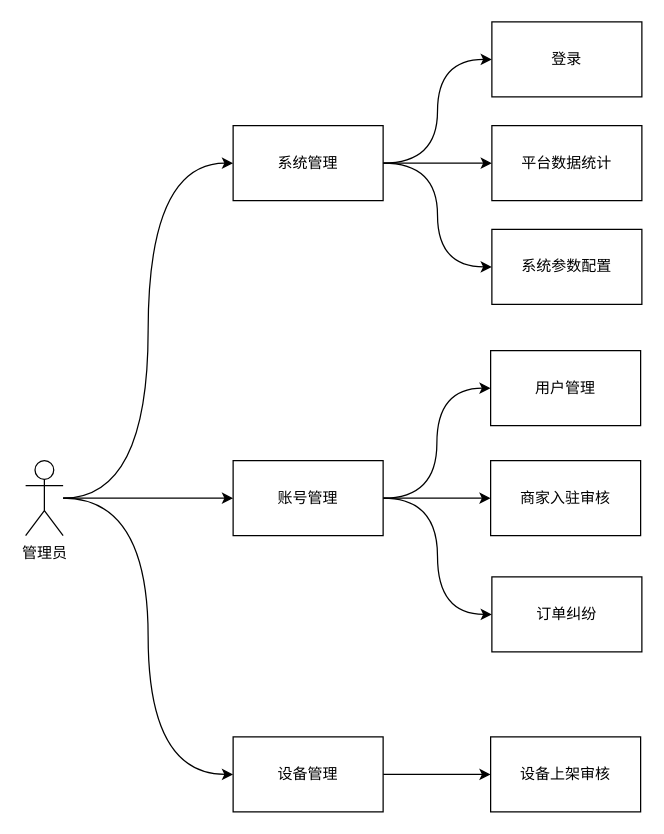
The draw.io diagram page "管理员用例图" (3 of 21) of image/绘图.drawio in fore4years/KorisPlatForm, before the edit. Source tidied: cells renumbered, new cells numbered last; positions are measured from the earlier drawing's top-left corner, leaving out a move shared by most shapes. Both pictures are drawn from the tidied source at 125%, with x=0, y=0 at pixel (25, 21).
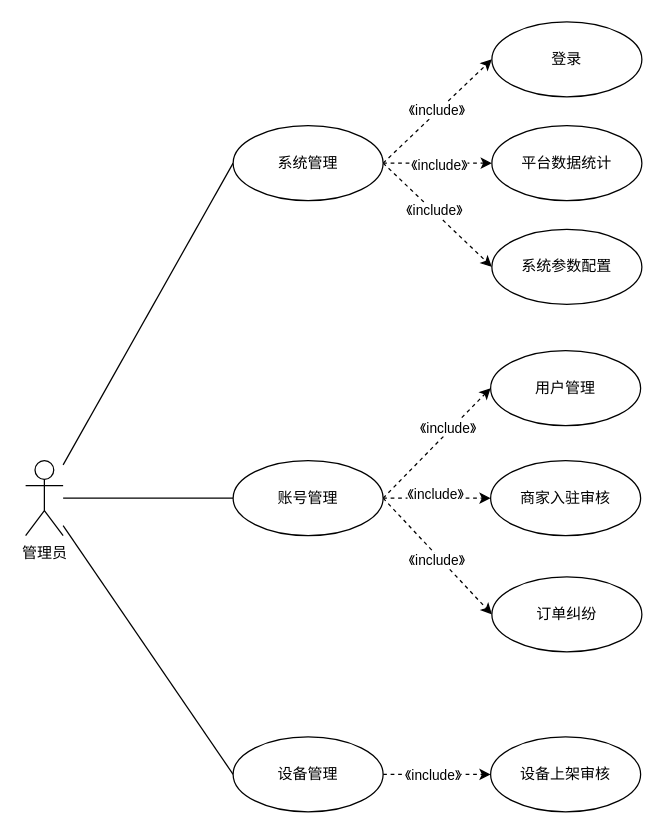
The same diagram, later.

Unchanged cells that the change refers to:
```xml
<mxCell id="5" value="管理员" style="shape=umlActor;verticalLabelPosition=bottom;verticalAlign=top;html=1;outlineConnect=0;rounded=1;" parent="1" vertex="1">
  <mxGeometry y="351" width="30" height="60" as="geometry" />
</mxCell>
```

What changed in the source:
```diff
@@
-    <mxCell id="2" style="edgeStyle=orthogonalEdgeStyle;rounded=1;jettySize=auto;html=1;entryX=0;entryY=0.5;entryDx=0;entryDy=0;curved=1;" parent="1" edge="1" source="5" target="9">
+    <mxCell id="2" style="rounded=1;jettySize=auto;html=1;entryX=0;entryY=0.5;entryDx=0;entryDy=0;endArrow=none;endFill=0;" parent="1" edge="1" source="5" target="9">
       <mxGeometry relative="1" as="geometry" />
     </mxCell>
-    <mxCell id="3" style="edgeStyle=orthogonalEdgeStyle;rounded=1;jettySize=auto;html=1;entryX=0;entryY=0.5;entryDx=0;entryDy=0;curved=1;" parent="1" edge="1" source="5" target="13">
+    <mxCell id="3" style="rounded=1;jettySize=auto;html=1;entryX=0;entryY=0.5;entryDx=0;entryDy=0;endArrow=none;endFill=0;" parent="1" edge="1" source="5" target="13">
       <mxGeometry relative="1" as="geometry" />
     </mxCell>
-    <mxCell id="4" style="edgeStyle=orthogonalEdgeStyle;rounded=1;jettySize=auto;html=1;entryX=0;entryY=0.5;entryDx=0;entryDy=0;curved=1;" parent="1" edge="1" source="5" target="17">
+    <mxCell id="4" style="rounded=1;jettySize=auto;html=1;entryX=0;entryY=0.5;entryDx=0;entryDy=0;endArrow=none;endFill=0;" parent="1" edge="1" source="5" target="17">
       <mxGeometry relative="1" as="geometry" />
     </mxCell>
@@
-    <mxCell id="6" style="edgeStyle=orthogonalEdgeStyle;rounded=1;jettySize=auto;html=1;entryX=0;entryY=0.5;entryDx=0;entryDy=0;curved=1;" parent="1" edge="1" source="9" target="19">
+    <mxCell id="6" style="rounded=1;jettySize=auto;html=1;entryX=0;entryY=0.5;entryDx=0;entryDy=0;dashed=1;exitX=1;exitY=0.5;exitDx=0;exitDy=0;" parent="1" edge="1" source="9" target="19">
       <mxGeometry relative="1" as="geometry" />
     </mxCell>
+    <mxCell id="23" value="《include》" style="edgeLabel;html=1;align=center;verticalAlign=middle;" parent="6" vertex="1">
+      <mxGeometry y="2" relative="1" as="geometry" />
+    </mxCell>
-    <mxCell id="7" style="edgeStyle=orthogonalEdgeStyle;rounded=1;jettySize=auto;html=1;entryX=0;entryY=0.5;entryDx=0;entryDy=0;" parent="1" edge="1" source="9" target="20">
+    <mxCell id="7" style="rounded=1;jettySize=auto;html=1;entryX=0;entryY=0.5;entryDx=0;entryDy=0;dashed=1;" parent="1" edge="1" source="9" target="20">
       <mxGeometry relative="1" as="geometry" />
     </mxCell>
+    <mxCell id="24" value="《include》" style="edgeLabel;html=1;align=center;verticalAlign=middle;" parent="7" vertex="1">
+      <mxGeometry x="0.01" y="-1" relative="1" as="geometry" />
+    </mxCell>
-    <mxCell id="8" style="edgeStyle=orthogonalEdgeStyle;rounded=1;jettySize=auto;html=1;entryX=0;entryY=0.5;entryDx=0;entryDy=0;curved=1;" parent="1" edge="1" source="9" target="21">
+    <mxCell id="8" style="rounded=1;jettySize=auto;html=1;entryX=0;entryY=0.5;entryDx=0;entryDy=0;dashed=1;exitX=1;exitY=0.5;exitDx=0;exitDy=0;" parent="1" edge="1" source="9" target="21">
       <mxGeometry relative="1" as="geometry" />
     </mxCell>
+    <mxCell id="25" value="《include》" style="edgeLabel;html=1;align=center;verticalAlign=middle;" parent="8" vertex="1">
+      <mxGeometry x="-0.09" y="1" relative="1" as="geometry" />
+    </mxCell>
-    <mxCell id="9" value="系统管理" style="rounded=0;whiteSpace=wrap;html=1;" parent="1" vertex="1">
+    <mxCell id="9" value="系统管理" style="ellipse;whiteSpace=wrap;html=1;" parent="1" vertex="1">
       <mxGeometry x="166" y="83" width="120" height="60" as="geometry" />
     </mxCell>
-    <mxCell id="10" style="edgeStyle=orthogonalEdgeStyle;rounded=1;jettySize=auto;html=1;entryX=0;entryY=0.5;entryDx=0;entryDy=0;curved=1;" parent="1" edge="1" source="13" target="14">
+    <mxCell id="10" style="rounded=1;jettySize=auto;html=1;entryX=0;entryY=0.5;entryDx=0;entryDy=0;dashed=1;exitX=1;exitY=0.5;exitDx=0;exitDy=0;" parent="1" edge="1" source="13" target="14">
       <mxGeometry relative="1" as="geometry" />
     </mxCell>
+    <mxCell id="26" value="《include》" style="edgeLabel;html=1;align=center;verticalAlign=middle;" parent="10" vertex="1">
+      <mxGeometry x="0.23" y="2" relative="1" as="geometry">
+        <mxPoint y="-1" as="offset" />
+      </mxGeometry>
+    </mxCell>
-    <mxCell id="11" style="edgeStyle=orthogonalEdgeStyle;rounded=1;jettySize=auto;html=1;entryX=0;entryY=0.5;entryDx=0;entryDy=0;" parent="1" edge="1" source="13" target="15">
+    <mxCell id="11" style="rounded=1;jettySize=auto;html=1;entryX=0;entryY=0.5;entryDx=0;entryDy=0;dashed=1;" parent="1" edge="1" source="13" target="15">
       <mxGeometry relative="1" as="geometry" />
     </mxCell>
+    <mxCell id="27" value="《include》" style="edgeLabel;html=1;align=center;verticalAlign=middle;" parent="11" vertex="1">
+      <mxGeometry x="-0.05" y="4" relative="1" as="geometry" />
+    </mxCell>
-    <mxCell id="12" style="edgeStyle=orthogonalEdgeStyle;rounded=1;jettySize=auto;html=1;entryX=0;entryY=0.5;entryDx=0;entryDy=0;curved=1;" parent="1" edge="1" source="13" target="22">
+    <mxCell id="12" style="rounded=1;jettySize=auto;html=1;entryX=0;entryY=0.5;entryDx=0;entryDy=0;dashed=1;exitX=1;exitY=0.5;exitDx=0;exitDy=0;" parent="1" edge="1" source="13" target="22">
       <mxGeometry relative="1" as="geometry" />
     </mxCell>
+    <mxCell id="28" value="《include》" style="edgeLabel;html=1;align=center;verticalAlign=middle;" parent="12" vertex="1">
+      <mxGeometry x="0.02" y="-3" relative="1" as="geometry" />
+    </mxCell>
-    <mxCell id="13" value="账号管理" style="rounded=0;whiteSpace=wrap;html=1;" parent="1" vertex="1">
+    <mxCell id="13" value="账号管理" style="ellipse;whiteSpace=wrap;html=1;" parent="1" vertex="1">
       <mxGeometry x="166" y="351" width="120" height="60" as="geometry" />
     </mxCell>
-    <mxCell id="14" value="用户管理" style="rounded=0;whiteSpace=wrap;html=1;" parent="1" vertex="1">
+    <mxCell id="14" value="用户管理" style="ellipse;whiteSpace=wrap;html=1;" parent="1" vertex="1">
       <mxGeometry x="372" y="263" width="120" height="60" as="geometry" />
     </mxCell>
-    <mxCell id="15" value="商家入驻审核" style="rounded=0;whiteSpace=wrap;html=1;" parent="1" vertex="1">
+    <mxCell id="15" value="商家入驻审核" style="ellipse;whiteSpace=wrap;html=1;" parent="1" vertex="1">
       <mxGeometry x="372" y="351" width="120" height="60" as="geometry" />
     </mxCell>
-    <mxCell id="16" style="edgeStyle=orthogonalEdgeStyle;rounded=1;jettySize=auto;html=1;entryX=0;entryY=0.5;entryDx=0;entryDy=0;" parent="1" edge="1" source="17" target="18">
+    <mxCell id="16" style="rounded=1;jettySize=auto;html=1;entryX=0;entryY=0.5;entryDx=0;entryDy=0;dashed=1;" parent="1" edge="1" source="17" target="18">
       <mxGeometry relative="1" as="geometry" />
     </mxCell>
+    <mxCell id="29" value="《include》" style="edgeLabel;html=1;align=center;verticalAlign=middle;" parent="16" vertex="1">
+      <mxGeometry x="-0.09" relative="1" as="geometry" />
+    </mxCell>
-    <mxCell id="17" value="设备管理" style="rounded=0;whiteSpace=wrap;html=1;" parent="1" vertex="1">
+    <mxCell id="17" value="设备管理" style="ellipse;whiteSpace=wrap;html=1;" parent="1" vertex="1">
       <mxGeometry x="166" y="572" width="120" height="60" as="geometry" />
     </mxCell>
-    <mxCell id="18" value="设备上架审核" style="rounded=0;whiteSpace=wrap;html=1;" parent="1" vertex="1">
+    <mxCell id="18" value="设备上架审核" style="ellipse;whiteSpace=wrap;html=1;" parent="1" vertex="1">
       <mxGeometry x="372" y="572" width="120" height="60" as="geometry" />
     </mxCell>
-    <mxCell id="19" value="登录" style="rounded=0;whiteSpace=wrap;html=1;" parent="1" vertex="1">
+    <mxCell id="19" value="登录" style="ellipse;whiteSpace=wrap;html=1;" parent="1" vertex="1">
       <mxGeometry x="373" width="120" height="60" as="geometry" />
     </mxCell>
-    <mxCell id="20" value="平台数据统计" style="rounded=0;whiteSpace=wrap;html=1;" parent="1" vertex="1">
+    <mxCell id="20" value="平台数据统计" style="ellipse;whiteSpace=wrap;html=1;" parent="1" vertex="1">
       <mxGeometry x="373" y="83" width="120" height="60" as="geometry" />
     </mxCell>
-    <mxCell id="21" value="系统参数配置" style="rounded=0;whiteSpace=wrap;html=1;" parent="1" vertex="1">
+    <mxCell id="21" value="系统参数配置" style="ellipse;whiteSpace=wrap;html=1;" parent="1" vertex="1">
       <mxGeometry x="373" y="166" width="120" height="60" as="geometry" />
     </mxCell>
-    <mxCell id="22" value="订单纠纷" style="rounded=0;whiteSpace=wrap;html=1;" parent="1" vertex="1">
+    <mxCell id="22" value="订单纠纷" style="ellipse;whiteSpace=wrap;html=1;" parent="1" vertex="1">
       <mxGeometry x="373" y="444" width="120" height="60" as="geometry" />
     </mxCell>
```
